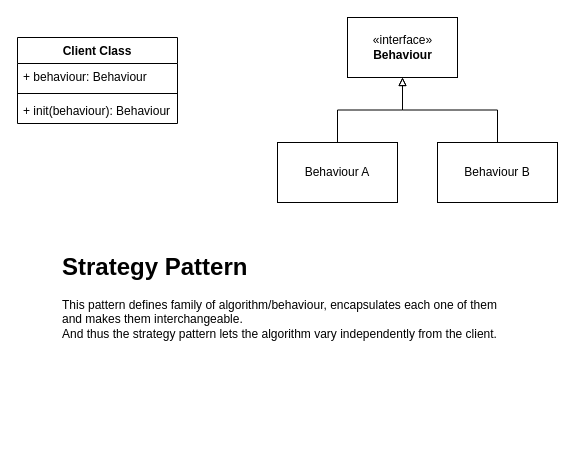
This is page "Strategy Pattern" (1 of 2) of DesignPatterns.drawio from amit2908/Notes, a draw.io file, before an edit. Source tidied: cells renumbered, new cells numbered last; positions are measured from the earlier drawing's top-left corner, leaving out a move shared by most shapes. Both pictures are drawn from the tidied source at 100%, with x=0, y=0 at pixel (17, 17).
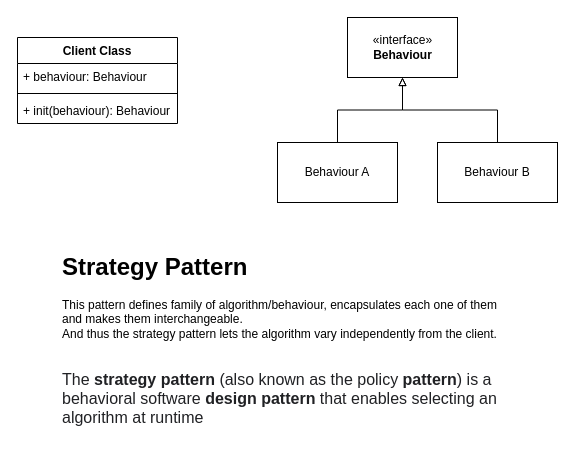
After the change.

What changed in the source:
```diff
@@
 <mxGraphModel>
   <root>
     <mxCell id="0" />
     <mxCell id="1" parent="0" />
     <mxCell id="2" style="edgeStyle=orthogonalEdgeStyle;rounded=0;jettySize=auto;html=1;endArrow=none;endFill=0;startArrow=block;startFill=0;" parent="1" edge="1" source="4" target="9">
       <mxGeometry relative="1" as="geometry" />
     </mxCell>
     <mxCell id="3" style="edgeStyle=orthogonalEdgeStyle;rounded=0;jettySize=auto;html=1;entryX=0.5;entryY=0;entryDx=0;entryDy=0;startArrow=block;startFill=0;endArrow=none;endFill=0;" parent="1" edge="1" source="4" target="10">
       <mxGeometry relative="1" as="geometry" />
     </mxCell>
     <mxCell id="4" value="«interface»&lt;br&gt;&lt;b&gt;Behaviour&lt;/b&gt;" style="html=1;" parent="1" vertex="1">
       <mxGeometry x="330" width="110" height="60" as="geometry" />
     </mxCell>
     <mxCell id="5" value="Client Class" style="swimlane;fontStyle=1;align=center;verticalAlign=top;horizontal=1;startSize=26;" parent="1" vertex="1">
       <mxGeometry y="20" width="160" height="86" as="geometry" />
     </mxCell>
     <mxCell id="6" value="+ behaviour: Behaviour" style="text;strokeColor=none;fillColor=none;align=left;verticalAlign=top;spacingLeft=4;spacingRight=4;overflow=hidden;" parent="5" vertex="1">
       <mxGeometry y="26" width="160" height="26" as="geometry" />
     </mxCell>
     <mxCell id="7" style="line;strokeWidth=1;fillColor=none;align=left;verticalAlign=middle;spacingTop=-1;spacingLeft=3;spacingRight=3;labelPosition=right;" parent="5" vertex="1">
       <mxGeometry y="52" width="160" height="8" as="geometry" />
     </mxCell>
     <mxCell id="8" value="+ init(behaviour): Behaviour" style="text;strokeColor=none;fillColor=none;align=left;verticalAlign=top;spacingLeft=4;spacingRight=4;overflow=hidden;" parent="5" vertex="1">
       <mxGeometry y="60" width="160" height="26" as="geometry" />
     </mxCell>
     <mxCell id="9" value="Behaviour A" style="whiteSpace=wrap;html=1;" parent="1" vertex="1">
       <mxGeometry x="260" y="125" width="120" height="60" as="geometry" />
     </mxCell>
     <mxCell id="10" value="Behaviour B" style="whiteSpace=wrap;html=1;" parent="1" vertex="1">
       <mxGeometry x="420" y="125" width="120" height="60" as="geometry" />
     </mxCell>
-    <mxCell id="11" value="&lt;h1&gt;Strategy Pattern&lt;/h1&gt;&lt;div&gt;This pattern defines family of algorithm/behaviour, encapsulates each one of them and makes them interchangeable.&lt;/div&gt;&lt;span&gt;And thus the strategy pattern lets the algorithm vary independently from the client.&lt;/span&gt;" style="text;html=1;strokeColor=none;fillColor=none;spacing=5;spacingTop=-20;whiteSpace=wrap;overflow=hidden;rounded=0;" parent="1" vertex="1">
-      <mxGeometry x="40" y="230" width="460" height="120" as="geometry" />
+    <mxCell id="11" value="&lt;h1&gt;Strategy Pattern&lt;/h1&gt;&lt;div&gt;This pattern defines family of algorithm/behaviour, encapsulates each one of them and makes them interchangeable.&lt;/div&gt;&lt;span&gt;And thus the strategy pattern lets the algorithm vary independently from the client.&lt;br&gt;&lt;br&gt;&lt;br&gt;&lt;/span&gt;&lt;span style=&quot;color: rgb(32 , 33 , 36) ; font-family: &amp;#34;arial&amp;#34; , sans-serif ; font-size: 16px ; background-color: rgb(255 , 255 , 255)&quot;&gt;The&amp;nbsp;&lt;/span&gt;&lt;b style=&quot;color: rgb(32 , 33 , 36) ; font-family: &amp;#34;arial&amp;#34; , sans-serif ; font-size: 16px ; background-color: rgb(255 , 255 , 255)&quot;&gt;strategy pattern&lt;/b&gt;&lt;span style=&quot;color: rgb(32 , 33 , 36) ; font-family: &amp;#34;arial&amp;#34; , sans-serif ; font-size: 16px ; background-color: rgb(255 , 255 , 255)&quot;&gt;&amp;nbsp;(also known as the policy&amp;nbsp;&lt;/span&gt;&lt;b style=&quot;color: rgb(32 , 33 , 36) ; font-family: &amp;#34;arial&amp;#34; , sans-serif ; font-size: 16px ; background-color: rgb(255 , 255 , 255)&quot;&gt;pattern&lt;/b&gt;&lt;span style=&quot;color: rgb(32 , 33 , 36) ; font-family: &amp;#34;arial&amp;#34; , sans-serif ; font-size: 16px ; background-color: rgb(255 , 255 , 255)&quot;&gt;) is a behavioral software&amp;nbsp;&lt;/span&gt;&lt;b style=&quot;color: rgb(32 , 33 , 36) ; font-family: &amp;#34;arial&amp;#34; , sans-serif ; font-size: 16px ; background-color: rgb(255 , 255 , 255)&quot;&gt;design pattern&lt;/b&gt;&lt;span style=&quot;color: rgb(32 , 33 , 36) ; font-family: &amp;#34;arial&amp;#34; , sans-serif ; font-size: 16px ; background-color: rgb(255 , 255 , 255)&quot;&gt;&amp;nbsp;that enables selecting an algorithm at runtime&lt;/span&gt;&lt;span&gt;&lt;br&gt;&lt;/span&gt;" style="text;html=1;strokeColor=none;fillColor=none;spacing=5;spacingTop=-20;whiteSpace=wrap;overflow=hidden;rounded=0;" parent="1" vertex="1">
+      <mxGeometry x="40" y="230" width="460" height="200" as="geometry" />
     </mxCell>
   </root>
 </mxGraphModel>
```
